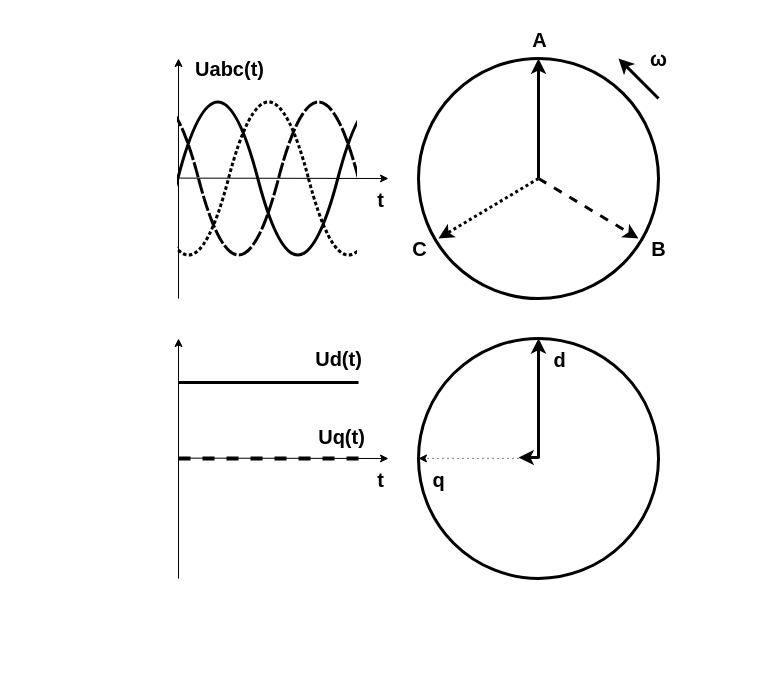
Above: page "Park-transform" (3 of 11) of Graphics/Inverter Graphics.drawio in SukuWc/SGM-Inverter (draw.io), before the change. Source tidied: cells renumbered, new cells numbered last; positions are measured from the earlier drawing's top-left corner, leaving out a move shared by most shapes. Both pictures are drawn from the tidied source at 100%, with x=0, y=0 at pixel (18, 58).
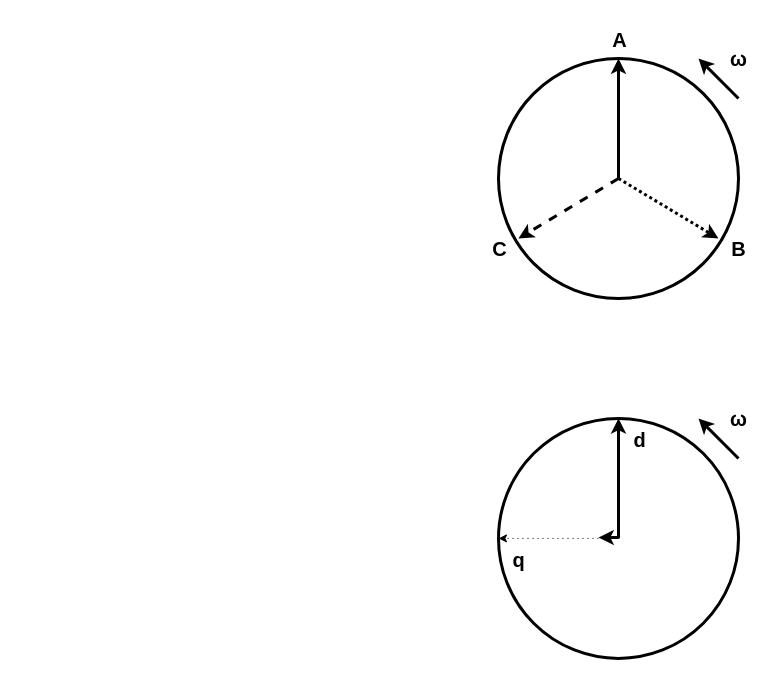
After the change.

Change to the diagram source:
```diff
@@
-    <mxCell id="2" style="shape=tape;whiteSpace=wrap;html=1;strokeWidth=3;fillColor=#000000;fontSize=20;size=1;strokeColor=#000000;dashed=1;" parent="1" vertex="1">
-      <mxGeometry x="20" y="35" width="160" height="170" as="geometry" />
-    </mxCell>
-    <mxCell id="3" style="group;" parent="1" vertex="1">
-      <mxGeometry x="40" width="417" height="240" as="geometry" />
-    </mxCell>
-    <mxCell id="4" style="shape=tape;whiteSpace=wrap;html=1;strokeWidth=3;fillColor=#000000;fontSize=20;size=1;strokeColor=#000000;" parent="3" vertex="1">
-      <mxGeometry x="199.3" y="35" width="160" height="170" as="geometry" />
-    </mxCell>
-    <mxCell id="5" style="shape=tape;whiteSpace=wrap;html=1;strokeWidth=3;fillColor=#000000;fontSize=20;size=1;strokeColor=#000000;dashed=1;" parent="3" vertex="1">
-      <mxGeometry x="140" y="35" width="160" height="170" as="geometry" />
-    </mxCell>
-    <mxCell id="6" style="shape=tape;whiteSpace=wrap;html=1;strokeWidth=3;fillColor=#000000;fontSize=20;size=1;strokeColor=#000000;" parent="3" vertex="1">
-      <mxGeometry x="39.3" y="35" width="160" height="170" as="geometry" />
-    </mxCell>
-    <mxCell id="7" style="shape=tape;whiteSpace=wrap;html=1;strokeWidth=3;fillColor=#000000;fontSize=20;size=1;strokeColor=#000000;dashed=1;dashPattern=1 1;" parent="3" vertex="1">
-      <mxGeometry x="90" y="35" width="160" height="170" as="geometry" />
-    </mxCell>
-    <mxCell id="8" style="endArrow=classic;html=1;strokeColor=#000000;strokeWidth=1;fontSize=20;" parent="3" edge="1">
-      <mxGeometry relative="1" as="geometry">
-        <mxPoint x="120" y="240" as="sourcePoint" />
-        <mxPoint x="120" as="targetPoint" />
-      </mxGeometry>
-    </mxCell>
-    <mxCell id="9" value="Uabc(t)" style="text;html=1;align=center;verticalAlign=middle;labelBackgroundColor=#ffffff;fontSize=20;fontStyle=1;" parent="8" vertex="1">
-      <mxGeometry x="0.82" y="2" relative="1" as="geometry">
-        <mxPoint x="52" y="-12.1" as="offset" />
-      </mxGeometry>
-    </mxCell>
-    <mxCell id="10" style="rounded=0;whiteSpace=wrap;html=1;strokeWidth=3;fillColor=#FFFFFF;fontSize=20;strokeColor=#FFFFFF;" parent="3" vertex="1">
-      <mxGeometry x="-40" y="35" width="157" height="165" as="geometry" />
-    </mxCell>
-    <mxCell id="11" style="shape=tape;whiteSpace=wrap;html=1;strokeWidth=3;fillColor=#000000;fontSize=20;size=1;strokeColor=#000000;dashed=1;dashPattern=1 1;" parent="3" vertex="1">
-      <mxGeometry x="250" y="35" width="160" height="170" as="geometry" />
-    </mxCell>
-    <mxCell id="12" style="rounded=0;whiteSpace=wrap;html=1;strokeWidth=3;fillColor=#ffffff;fontSize=20;strokeColor=#FFFFFF;gradientColor=none;gradientDirection=east;" parent="3" vertex="1">
-      <mxGeometry x="300" y="35" width="117" height="165" as="geometry" />
-    </mxCell>
-    <mxCell id="13" style="endArrow=classic;html=1;strokeColor=#000000;strokeWidth=1;fontSize=20;" parent="3" edge="1">
-      <mxGeometry relative="1" as="geometry">
-        <mxPoint x="120" y="119.6" as="sourcePoint" />
-        <mxPoint x="330" y="120" as="targetPoint" />
-      </mxGeometry>
-    </mxCell>
-    <mxCell id="14" value="t" style="text;html=1;align=center;verticalAlign=middle;labelBackgroundColor=#ffffff;fontSize=20;fontStyle=1;" parent="13" vertex="1">
-      <mxGeometry x="0.92" y="-1" relative="1" as="geometry">
-        <mxPoint y="19.4" as="offset" />
-      </mxGeometry>
-    </mxCell>
-    <mxCell id="15" style="endArrow=classic;html=1;strokeColor=#000000;strokeWidth=1;fontSize=20;" parent="1" edge="1">
-      <mxGeometry relative="1" as="geometry">
-        <mxPoint x="160" y="520" as="sourcePoint" />
-        <mxPoint x="160" y="280" as="targetPoint" />
-      </mxGeometry>
-    </mxCell>
-    <mxCell id="16" value="Ud(t)" style="text;html=1;align=center;verticalAlign=middle;labelBackgroundColor=#ffffff;fontSize=20;fontStyle=1;" parent="15" vertex="1">
-      <mxGeometry x="0.82" y="2" relative="1" as="geometry">
-        <mxPoint x="161.3" y="-2.1" as="offset" />
-      </mxGeometry>
-    </mxCell>
-    <mxCell id="17" style="rounded=0;whiteSpace=wrap;html=1;strokeWidth=3;fillColor=#FFFFFF;fontSize=20;strokeColor=#FFFFFF;" parent="1" vertex="1">
-      <mxGeometry x="40" y="315" width="117" height="165" as="geometry" />
-    </mxCell>
-    <mxCell id="18" style="endArrow=classic;html=1;strokeColor=#000000;strokeWidth=1;fontSize=20;" parent="1" edge="1">
-      <mxGeometry relative="1" as="geometry">
-        <mxPoint x="160" y="399.6" as="sourcePoint" />
-        <mxPoint x="370" y="400" as="targetPoint" />
-      </mxGeometry>
-    </mxCell>
-    <mxCell id="19" value="t" style="text;html=1;align=center;verticalAlign=middle;labelBackgroundColor=#ffffff;fontSize=20;fontStyle=1;" parent="18" vertex="1">
-      <mxGeometry x="0.92" y="-1" relative="1" as="geometry">
-        <mxPoint y="19.4" as="offset" />
-      </mxGeometry>
-    </mxCell>
-    <mxCell id="20" style="endArrow=none;html=1;strokeColor=#000000;strokeWidth=3;fontSize=20;" parent="1" edge="1">
-      <mxGeometry relative="1" as="geometry">
-        <mxPoint x="340" y="324" as="sourcePoint" />
-        <mxPoint x="160" y="324" as="targetPoint" />
-      </mxGeometry>
-    </mxCell>
-    <mxCell id="21" style="endArrow=none;html=1;strokeColor=#000000;strokeWidth=4;fontSize=20;dashed=1;" parent="1" edge="1">
-      <mxGeometry relative="1" as="geometry">
-        <mxPoint x="340" y="400" as="sourcePoint" />
-        <mxPoint x="160" y="400" as="targetPoint" />
-      </mxGeometry>
-    </mxCell>
+    <mxCell id="37" style="rounded=0;whiteSpace=wrap;html=1;strokeWidth=3;fillColor=#ffffff;fontSize=20;strokeColor=#FFFFFF;gradientColor=none;gradientDirection=east;" parent="1" vertex="1">
+      <mxGeometry x="460" y="320" width="280" height="300" as="geometry" />
+    </mxCell>
+    <mxCell id="38" style="rounded=0;whiteSpace=wrap;html=1;strokeWidth=3;fillColor=#ffffff;fontSize=20;strokeColor=#FFFFFF;gradientColor=none;gradientDirection=east;" parent="1" vertex="1">
+      <mxGeometry x="460" y="-40" width="280" height="300" as="geometry" />
+    </mxCell>
     <mxCell id="22" style="ellipse;whiteSpace=wrap;html=1;strokeWidth=3;fillColor=#ffffff;fontSize=20;" parent="1" vertex="1">
-      <mxGeometry x="400" width="240" height="240" as="geometry" />
+      <mxGeometry x="480" width="240" height="240" as="geometry" />
     </mxCell>
     <mxCell id="23" style="endArrow=classic;html=1;strokeWidth=3;fontSize=20;fillColor=#f8cecc;strokeColor=#000000;" parent="1" edge="1">
       <mxGeometry relative="1" as="geometry">
-        <mxPoint x="520" y="120" as="sourcePoint" />
-        <mxPoint x="520" as="targetPoint" />
+        <mxPoint x="600" y="120" as="sourcePoint" />
+        <mxPoint x="600" as="targetPoint" />
       </mxGeometry>
     </mxCell>
@@
-    <mxCell id="25" style="endArrow=classic;html=1;strokeWidth=3;fontSize=20;strokeColor=#000000;fillColor=#fff2cc;dashed=1;" parent="1" edge="1">
+    <mxCell id="25" style="endArrow=classic;html=1;strokeWidth=3;fontSize=20;strokeColor=#000000;fillColor=#fff2cc;dashed=1;dashPattern=1 1;" parent="1" edge="1">
       <mxGeometry relative="1" as="geometry">
-        <mxPoint x="520" y="120" as="sourcePoint" />
-        <mxPoint x="620" y="180" as="targetPoint" />
+        <mxPoint x="600" y="120" as="sourcePoint" />
+        <mxPoint x="700" y="180" as="targetPoint" />
       </mxGeometry>
     </mxCell>
@@
-    <mxCell id="27" style="endArrow=classic;html=1;strokeWidth=3;fontSize=20;entryX=0.083;entryY=0.75;entryDx=0;entryDy=0;entryPerimeter=0;strokeColor=#000000;dashed=1;dashPattern=1 1;" parent="1" edge="1" target="22">
+    <mxCell id="27" style="endArrow=classic;html=1;strokeWidth=3;fontSize=20;entryX=0.083;entryY=0.75;entryDx=0;entryDy=0;entryPerimeter=0;strokeColor=#000000;dashed=1;" parent="1" edge="1" target="22">
       <mxGeometry relative="1" as="geometry">
-        <mxPoint x="520" y="120" as="sourcePoint" />
+        <mxPoint x="600" y="120" as="sourcePoint" />
       </mxGeometry>
     </mxCell>
@@
     <mxCell id="29" value="ω" style="endArrow=classic;html=1;strokeColor=#000000;strokeWidth=3;fontSize=20;fontStyle=1;" parent="1" edge="1">
       <mxGeometry y="-28" relative="1" as="geometry">
-        <mxPoint x="640" y="40" as="sourcePoint" />
-        <mxPoint x="600" as="targetPoint" />
+        <mxPoint x="720" y="40" as="sourcePoint" />
+        <mxPoint x="680" as="targetPoint" />
       </mxGeometry>
     </mxCell>
     <mxCell id="30" style="ellipse;whiteSpace=wrap;html=1;strokeWidth=3;fillColor=#ffffff;fontSize=20;" parent="1" vertex="1">
-      <mxGeometry x="400" y="279.9" width="240" height="240" as="geometry" />
+      <mxGeometry x="480" y="359.9" width="240" height="240" as="geometry" />
     </mxCell>
     <mxCell id="31" style="endArrow=classic;html=1;strokeWidth=3;fontSize=20;fillColor=#f8cecc;strokeColor=#000000;" parent="1" edge="1">
       <mxGeometry relative="1" as="geometry">
-        <mxPoint x="520" y="399.9" as="sourcePoint" />
-        <mxPoint x="520" y="279.9" as="targetPoint" />
+        <mxPoint x="600" y="479.9" as="sourcePoint" />
+        <mxPoint x="600" y="359.9" as="targetPoint" />
       </mxGeometry>
     </mxCell>
@@
     <mxCell id="33" style="endArrow=classic;html=1;strokeWidth=1;fontSize=20;strokeColor=#000000;entryX=0;entryY=0.5;entryDx=0;entryDy=0;dashed=1;dashPattern=1 4;" parent="1" edge="1" target="30">
       <mxGeometry relative="1" as="geometry">
-        <mxPoint x="520" y="399.9" as="sourcePoint" />
+        <mxPoint x="600" y="479.9" as="sourcePoint" />
       </mxGeometry>
     </mxCell>
@@
     <mxCell id="35" style="endArrow=classic;html=1;strokeColor=#000000;strokeWidth=3;fontSize=20;endFill=1;" parent="1" edge="1">
       <mxGeometry relative="1" as="geometry">
-        <mxPoint x="520" y="399" as="sourcePoint" />
-        <mxPoint x="500" y="399" as="targetPoint" />
+        <mxPoint x="600" y="479" as="sourcePoint" />
+        <mxPoint x="580" y="479" as="targetPoint" />
       </mxGeometry>
     </mxCell>
-    <mxCell id="36" value="Uq(t)" style="text;html=1;align=center;verticalAlign=middle;labelBackgroundColor=#ffffff;fontSize=20;fontStyle=1;" parent="1" vertex="1">
-      <mxGeometry x="280" y="390" as="geometry">
-        <mxPoint x="42" y="-12.1" as="offset" />
-      </mxGeometry>
-    </mxCell>
+    <mxCell id="39" value="ω" style="endArrow=classic;html=1;strokeColor=#000000;strokeWidth=3;fontSize=20;fontStyle=1;" parent="1" edge="1">
+      <mxGeometry y="-28" relative="1" as="geometry">
+        <mxPoint x="720" y="400" as="sourcePoint" />
+        <mxPoint x="680" y="360" as="targetPoint" />
+      </mxGeometry>
+    </mxCell>
```
